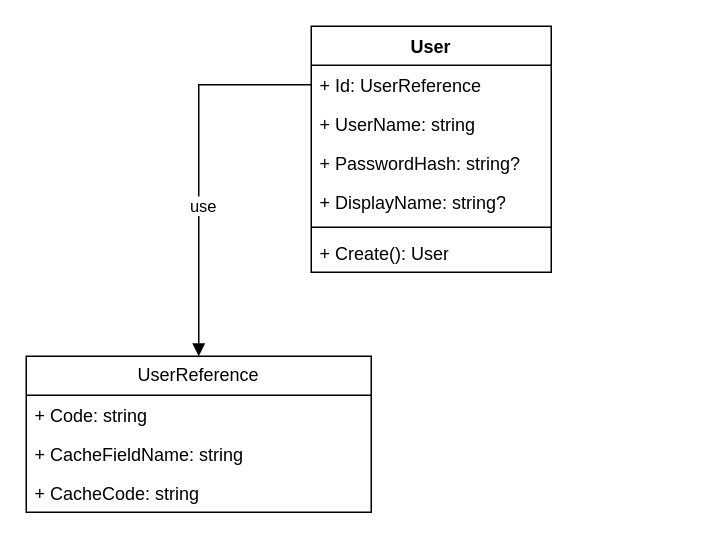
Earlier version of the draw.io diagram UML/Domain.drawio (sdlfly2000/AuthenticationServer). Source tidied: cells renumbered, new cells numbered last; positions are measured from the earlier drawing's top-left corner, leaving out a move shared by most shapes. Both pictures are drawn from the tidied source at 150%, with x=0, y=0 at pixel (26, 26).
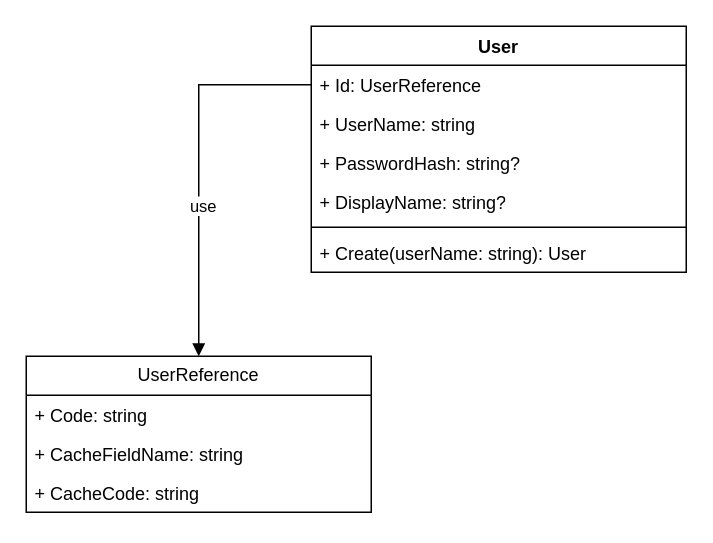
The same diagram, later.

Commit message:
Update UML User

Diff of the diagram source:
```diff
@@
 <mxGraphModel>
   <root>
     <mxCell id="0" />
     <mxCell id="1" parent="0" />
     <mxCell id="2" value="User" style="swimlane;fontStyle=1;align=center;verticalAlign=top;horizontal=1;startSize=26;whiteSpace=wrap;html=1;" parent="1" vertex="1">
-      <mxGeometry x="190" width="160" height="164" as="geometry" />
+      <mxGeometry x="190" width="250" height="164" as="geometry" />
     </mxCell>
     <mxCell id="3" value="+ Id: UserReference" style="text;strokeColor=none;fillColor=none;align=left;verticalAlign=top;spacingLeft=4;spacingRight=4;overflow=hidden;points=[[0,0.5],[1,0.5]];portConstraint=eastwest;whiteSpace=wrap;html=1;" parent="2" vertex="1">
-      <mxGeometry y="26" width="160" height="26" as="geometry" />
+      <mxGeometry y="26" width="250" height="26" as="geometry" />
     </mxCell>
     <mxCell id="4" value="+ UserName: string" style="text;strokeColor=none;fillColor=none;align=left;verticalAlign=top;spacingLeft=4;spacingRight=4;overflow=hidden;whiteSpace=wrap;html=1;" parent="2" vertex="1">
-      <mxGeometry y="52" width="160" height="26" as="geometry" />
+      <mxGeometry y="52" width="250" height="26" as="geometry" />
     </mxCell>
     <mxCell id="5" value="+ PasswordHash: string?" style="text;strokeColor=none;fillColor=none;align=left;verticalAlign=top;spacingLeft=4;spacingRight=4;overflow=hidden;whiteSpace=wrap;html=1;" parent="2" vertex="1">
-      <mxGeometry y="78" width="160" height="26" as="geometry" />
+      <mxGeometry y="78" width="250" height="26" as="geometry" />
     </mxCell>
     <mxCell id="6" value="+ DisplayName: string?" style="text;strokeColor=none;fillColor=none;align=left;verticalAlign=top;spacingLeft=4;spacingRight=4;overflow=hidden;whiteSpace=wrap;html=1;" parent="2" vertex="1">
-      <mxGeometry y="104" width="160" height="26" as="geometry" />
+      <mxGeometry y="104" width="250" height="26" as="geometry" />
     </mxCell>
     <mxCell id="7" style="line;strokeWidth=1;fillColor=none;align=left;verticalAlign=middle;spacingTop=-1;spacingLeft=3;spacingRight=3;labelPosition=right;strokeColor=inherit;" parent="2" vertex="1">
-      <mxGeometry y="130" width="160" height="8" as="geometry" />
+      <mxGeometry y="130" width="250" height="8" as="geometry" />
     </mxCell>
-    <mxCell id="8" value="+ Create(): User" style="text;strokeColor=none;fillColor=none;align=left;verticalAlign=top;spacingLeft=4;spacingRight=4;overflow=hidden;whiteSpace=wrap;html=1;" parent="2" vertex="1">
-      <mxGeometry y="138" width="160" height="26" as="geometry" />
+    <mxCell id="8" value="+ Create(userName: string): User" style="text;strokeColor=none;fillColor=none;align=left;verticalAlign=top;spacingLeft=4;spacingRight=4;overflow=hidden;whiteSpace=wrap;html=1;" parent="2" vertex="1">
+      <mxGeometry y="138" width="250" height="26" as="geometry" />
     </mxCell>
     <mxCell id="9" value="UserReference" style="swimlane;fontStyle=0;horizontal=1;startSize=26;fillColor=none;whiteSpace=wrap;html=1;" parent="1" vertex="1">
       <mxGeometry y="220" width="230" height="104" as="geometry" />
     </mxCell>
     <mxCell id="10" value="+ Code: string" style="text;strokeColor=none;fillColor=none;align=left;verticalAlign=top;spacingLeft=4;spacingRight=4;overflow=hidden;whiteSpace=wrap;html=1;" parent="9" vertex="1">
       <mxGeometry y="26" width="230" height="26" as="geometry" />
     </mxCell>
     <mxCell id="11" value="+ CacheFieldName: string" style="text;strokeColor=none;fillColor=none;align=left;verticalAlign=top;spacingLeft=4;spacingRight=4;overflow=hidden;whiteSpace=wrap;html=1;" parent="9" vertex="1">
       <mxGeometry y="52" width="230" height="26" as="geometry" />
     </mxCell>
     <mxCell id="12" value="+ CacheCode: string" style="text;strokeColor=none;fillColor=none;align=left;verticalAlign=top;spacingLeft=4;spacingRight=4;overflow=hidden;whiteSpace=wrap;html=1;" parent="9" vertex="1">
       <mxGeometry y="78" width="230" height="26" as="geometry" />
     </mxCell>
     <mxCell id="13" style="endArrow=block;endFill=1;html=1;edgeStyle=orthogonalEdgeStyle;align=left;verticalAlign=top;rounded=0;entryX=0.5;entryY=0;entryDx=0;entryDy=0;exitX=0;exitY=0.5;exitDx=0;exitDy=0;" parent="1" edge="1" source="3" target="9">
       <mxGeometry x="-1" relative="1" as="geometry" />
     </mxCell>
     <mxCell id="14" value="use" style="edgeLabel;html=1;align=center;verticalAlign=middle;" parent="13" vertex="1">
       <mxGeometry x="0.21" y="2" relative="1" as="geometry" />
     </mxCell>
   </root>
 </mxGraphModel>
```
